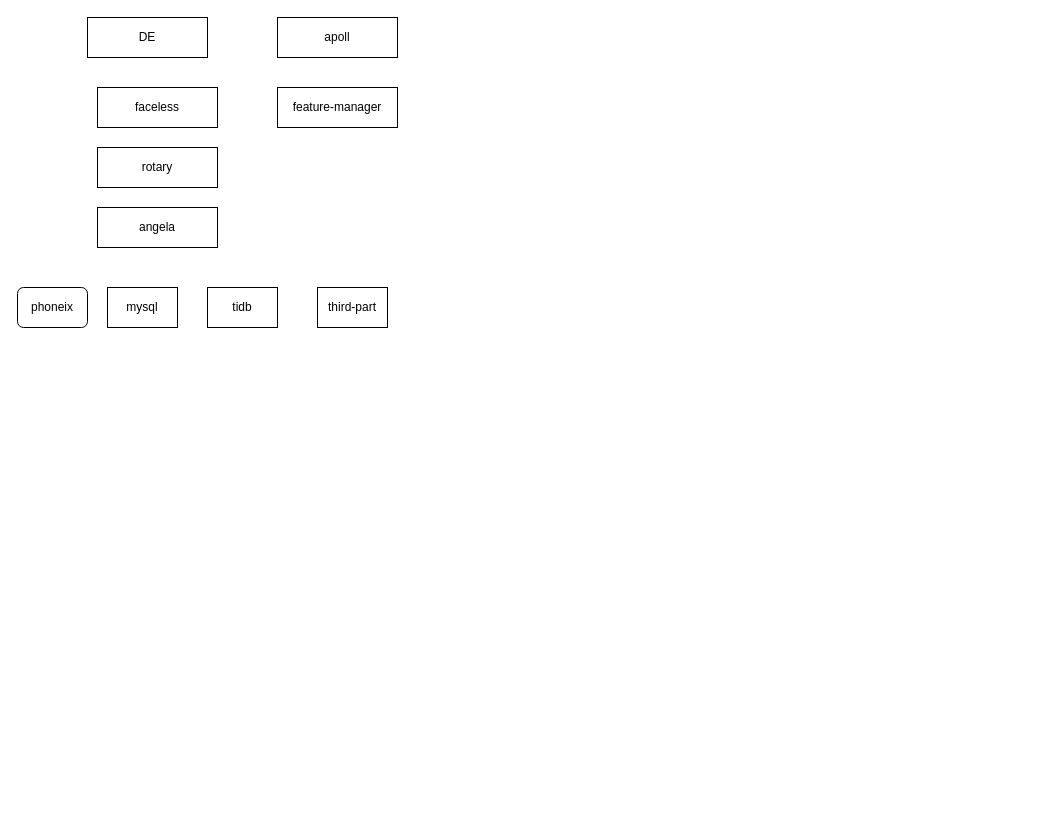
This is rotary.drawio from MihirrajDixit/drawio, a draw.io file, before an edit. Source tidied: cells renumbered, new cells numbered last; positions are measured from the earlier drawing's top-left corner, leaving out a move shared by most shapes. Both pictures are drawn from the tidied source at 100%, with x=0, y=0 at pixel (17, 17).
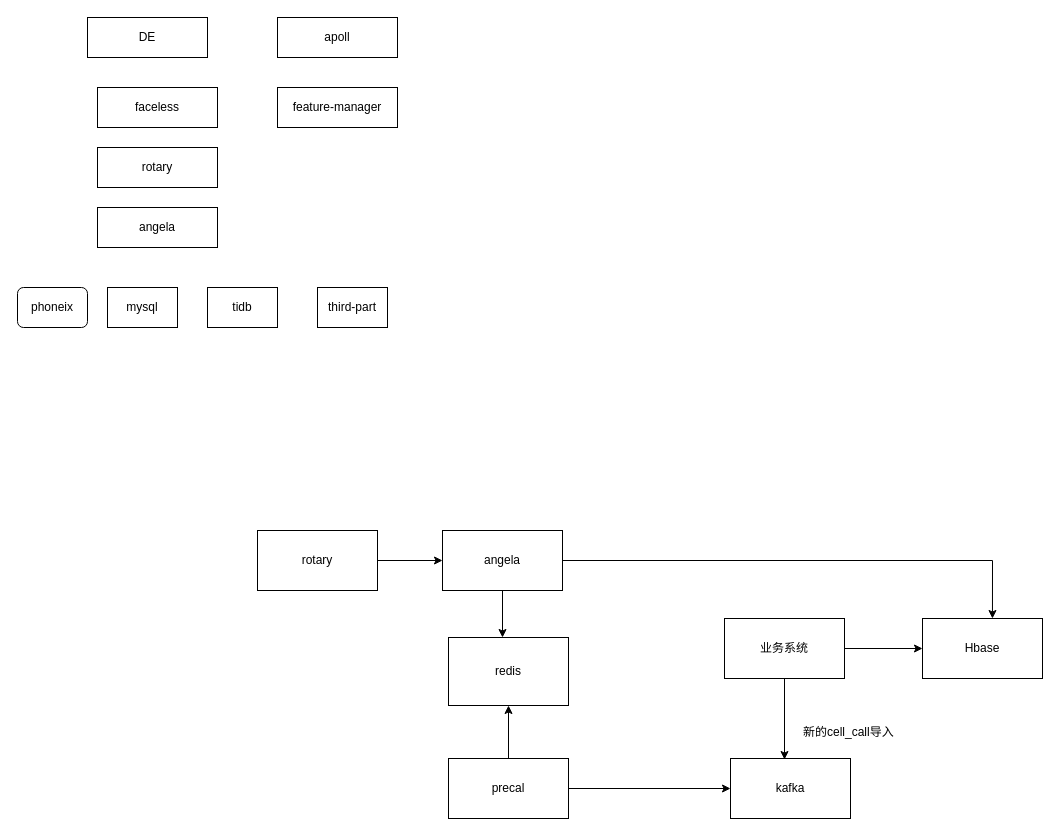
The same page after the edit.

The edit, as a diff of the source:
```diff
@@
+    <mxCell id="12" style="edgeStyle=orthogonalEdgeStyle;rounded=0;jettySize=auto;html=1;exitX=1;exitY=0.5;exitDx=0;exitDy=0;entryX=0;entryY=0.5;entryDx=0;entryDy=0;" parent="1" edge="1" source="13" target="16">
+      <mxGeometry relative="1" as="geometry" />
+    </mxCell>
+    <mxCell id="13" value="rotary" style="rounded=0;whiteSpace=wrap;html=1;" parent="1" vertex="1">
+      <mxGeometry x="240" y="513" width="120" height="60" as="geometry" />
+    </mxCell>
+    <mxCell id="14" style="edgeStyle=orthogonalEdgeStyle;rounded=0;jettySize=auto;html=1;exitX=0.5;exitY=1;exitDx=0;exitDy=0;entryX=0.45;entryY=0;entryDx=0;entryDy=0;entryPerimeter=0;" parent="1" edge="1" source="16" target="25">
+      <mxGeometry relative="1" as="geometry" />
+    </mxCell>
+    <mxCell id="15" style="edgeStyle=orthogonalEdgeStyle;rounded=0;jettySize=auto;html=1;exitX=1;exitY=0.5;exitDx=0;exitDy=0;entryX=0.583;entryY=0;entryDx=0;entryDy=0;entryPerimeter=0;" parent="1" edge="1" source="16" target="26">
+      <mxGeometry relative="1" as="geometry" />
+    </mxCell>
+    <mxCell id="16" value="angela" style="rounded=0;whiteSpace=wrap;html=1;" parent="1" vertex="1">
+      <mxGeometry x="425" y="513" width="120" height="60" as="geometry" />
+    </mxCell>
+    <mxCell id="17" value="kafka" style="rounded=0;whiteSpace=wrap;html=1;" parent="1" vertex="1">
+      <mxGeometry x="713" y="741" width="120" height="60" as="geometry" />
+    </mxCell>
+    <mxCell id="18" style="edgeStyle=orthogonalEdgeStyle;rounded=0;jettySize=auto;html=1;exitX=0.5;exitY=1;exitDx=0;exitDy=0;entryX=0.45;entryY=0.017;entryDx=0;entryDy=0;entryPerimeter=0;" parent="1" edge="1" source="20" target="17">
+      <mxGeometry relative="1" as="geometry" />
+    </mxCell>
+    <mxCell id="19" style="edgeStyle=orthogonalEdgeStyle;rounded=0;jettySize=auto;html=1;exitX=1;exitY=0.5;exitDx=0;exitDy=0;entryX=0;entryY=0.5;entryDx=0;entryDy=0;" parent="1" edge="1" source="20" target="26">
+      <mxGeometry relative="1" as="geometry" />
+    </mxCell>
+    <mxCell id="20" value="业务系统" style="rounded=0;whiteSpace=wrap;html=1;" parent="1" vertex="1">
+      <mxGeometry x="707" y="601" width="120" height="60" as="geometry" />
+    </mxCell>
+    <mxCell id="21" value="新的cell_call导入" style="text;html=1;align=left;verticalAlign=top;spacingTop=-4;" parent="1" vertex="1">
+      <mxGeometry x="784" y="705" width="101" height="14" as="geometry" />
+    </mxCell>
+    <mxCell id="22" style="edgeStyle=orthogonalEdgeStyle;rounded=0;jettySize=auto;html=1;exitX=1;exitY=0.5;exitDx=0;exitDy=0;entryX=0;entryY=0.5;entryDx=0;entryDy=0;" parent="1" edge="1" source="24" target="17">
+      <mxGeometry relative="1" as="geometry" />
+    </mxCell>
+    <mxCell id="23" style="edgeStyle=orthogonalEdgeStyle;rounded=0;jettySize=auto;html=1;exitX=0.5;exitY=0;exitDx=0;exitDy=0;entryX=0.5;entryY=1;entryDx=0;entryDy=0;" parent="1" edge="1" source="24" target="25">
+      <mxGeometry relative="1" as="geometry" />
+    </mxCell>
+    <mxCell id="24" value="precal" style="rounded=0;whiteSpace=wrap;html=1;" parent="1" vertex="1">
+      <mxGeometry x="431" y="741" width="120" height="60" as="geometry" />
+    </mxCell>
+    <mxCell id="25" value="redis" style="rounded=0;whiteSpace=wrap;html=1;" parent="1" vertex="1">
+      <mxGeometry x="431" y="620" width="120" height="68" as="geometry" />
+    </mxCell>
+    <mxCell id="26" value="Hbase" style="rounded=0;whiteSpace=wrap;html=1;" parent="1" vertex="1">
+      <mxGeometry x="905" y="601" width="120" height="60" as="geometry" />
+    </mxCell>
```
